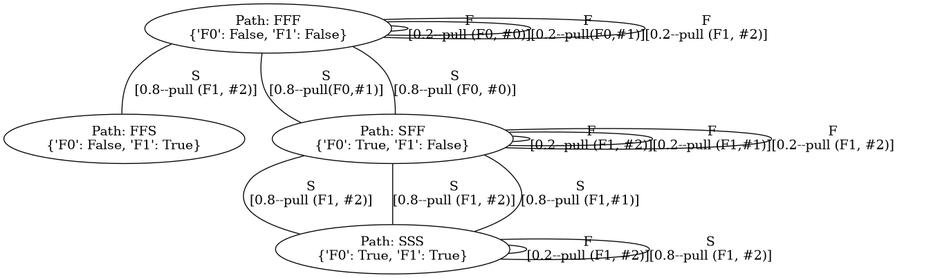
YasinBoloorchi/WARP-Simulator keeps this Graphviz diagram as DAG.gv.png. Above is the earlier version. Its source is kept beside it as DAG.gv. Its diagram source:
```dot
graph DAG {
	FF [label="Path: F
{'F0': False, 'F1': False}"]
	FF -- FF [label="F
[0.2--pull (F0, #0)]"]
	FF [label="Path: FF
{'F0': False, 'F1': False}"]
	FF -- FF [label="F
[0.2--pull(F0,#1)]"]
	FF [label="Path: FFF
{'F0': False, 'F1': False}"]
	FF -- FF [label="F
[0.2--pull (F1, #2)]"]
	FT [label="Path: FFS
{'F0': False, 'F1': True}"]
	FF -- FT [label="S
[0.8--pull (F1, #2)]"]
	TF [label="Path: FS
{'F0': True, 'F1': False}"]
	FF -- TF [label="S
[0.8--pull(F0,#1)]"]
	TF [label="Path: FSF
{'F0': True, 'F1': False}"]
	TF -- TF [label="F
[0.2--pull (F1, #2)]"]
	TT [label="Path: FSS
{'F0': True, 'F1': True}"]
	TF -- TT [label="S
[0.8--pull (F1, #2)]"]
	TF [label="Path: S
{'F0': True, 'F1': False}"]
	FF -- TF [label="S
[0.8--pull (F0, #0)]"]
	TF [label="Path: SF
{'F0': True, 'F1': False}"]
	TF -- TF [label="F
[0.2--pull (F1,#1)]"]
	TF [label="Path: SFF
{'F0': True, 'F1': False}"]
	TF -- TF [label="F
[0.2--pull (F1, #2)]"]
	TT [label="Path: SFS
{'F0': True, 'F1': True}"]
	TF -- TT [label="S
[0.8--pull (F1, #2)]"]
	TT [label="Path: SS
{'F0': True, 'F1': True}"]
	TF -- TT [label="S
[0.8--pull (F1,#1)]"]
	TT [label="Path: SSF
{'F0': True, 'F1': True}"]
	TT -- TT [label="F
[0.2--pull (F1, #2)]"]
	TT [label="Path: SSS
{'F0': True, 'F1': True}"]
	TT -- TT [label="S
[0.8--pull (F1, #2)]"]
}
```
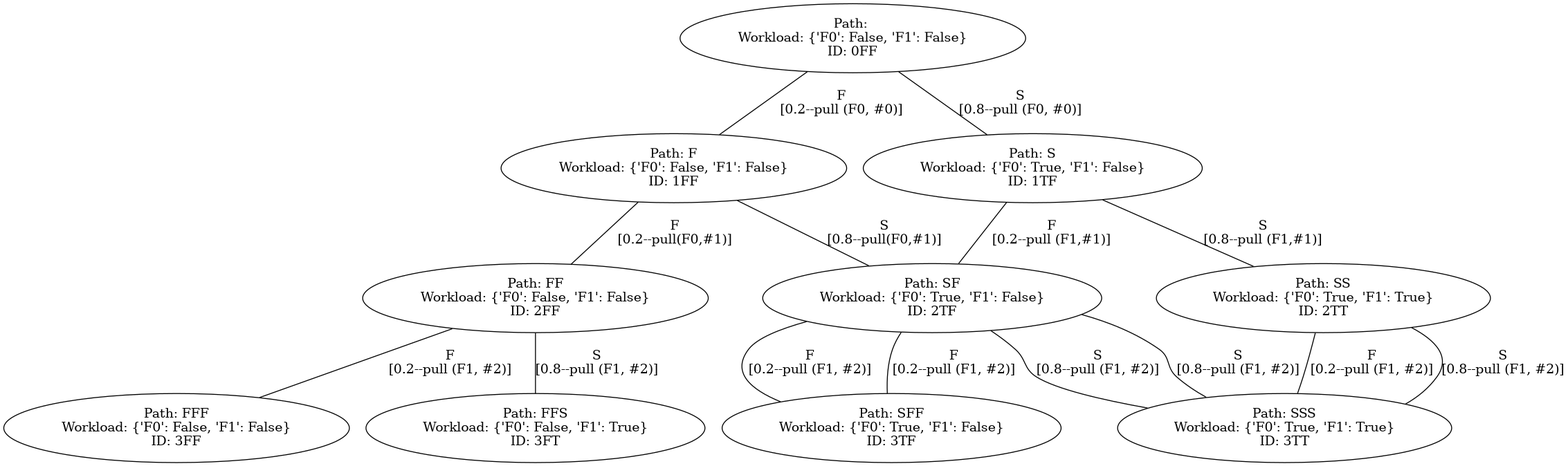
The same diagram one commit later.

Change to the diagram source:
```diff
@@ -1,58 +1,117 @@
 graph DAG {
-	FF [label="Path: F
-{'F0': False, 'F1': False}"]
-	FF -- FF [label="F
+	"0FF" [label="Path:
+Workload: {'F0': False, 'F1': False}
+ID: 0FF"]
+	"0FF" [label="Path:
+Workload: {'F0': False, 'F1': False}
+ID: 0FF1FF"]
+	"0FF" -- "1FF" [label="F
 [0.2--pull (F0, #0)]"]
-	FF [label="Path: FF
-{'F0': False, 'F1': False}"]
-	FF -- FF [label="F
+	"1FF" [label="Path: F
+Workload: {'F0': False, 'F1': False}
+ID: 1FF"]
+	"1FF" [label="Path: F
+Workload: {'F0': False, 'F1': False}
+ID: 1FF2FF"]
+	"1FF" -- "2FF" [label="F
 [0.2--pull(F0,#1)]"]
-	FF [label="Path: FFF
-{'F0': False, 'F1': False}"]
-	FF -- FF [label="F
+	"2FF" [label="Path: FF
+Workload: {'F0': False, 'F1': False}
+ID: 2FF"]
+	"2FF" [label="Path: FF
+Workload: {'F0': False, 'F1': False}
+ID: 2FF3FF"]
+	"2FF" -- "3FF" [label="F
 [0.2--pull (F1, #2)]"]
-	FT [label="Path: FFS
-{'F0': False, 'F1': True}"]
-	FF -- FT [label="S
+	"3FF" [label="Path: FFF
+Workload: {'F0': False, 'F1': False}
+ID: 3FF"]
+	"2FF" [label="Path: FF
+Workload: {'F0': False, 'F1': False}
+ID: 2FF"]
+	"2FF" -- "3FT" [label="S
 [0.8--pull (F1, #2)]"]
-	TF [label="Path: FS
-{'F0': True, 'F1': False}"]
-	FF -- TF [label="S
+	"3FT" [label="Path: FFS
+Workload: {'F0': False, 'F1': True}
+ID: 3FT"]
+	"1FF" [label="Path: F
+Workload: {'F0': False, 'F1': False}
+ID: 1FF"]
+	"1FF" -- "2TF" [label="S
 [0.8--pull(F0,#1)]"]
-	TF [label="Path: FSF
-{'F0': True, 'F1': False}"]
-	TF -- TF [label="F
+	"2TF" [label="Path: FS
+Workload: {'F0': True, 'F1': False}
+ID: 2TF"]
+	"2TF" [label="Path: FS
+Workload: {'F0': True, 'F1': False}
+ID: 2TF3TF"]
+	"2TF" -- "3TF" [label="F
 [0.2--pull (F1, #2)]"]
-	TT [label="Path: FSS
-{'F0': True, 'F1': True}"]
-	TF -- TT [label="S
+	"3TF" [label="Path: FSF
+Workload: {'F0': True, 'F1': False}
+ID: 3TF"]
+	"2TF" [label="Path: FS
+Workload: {'F0': True, 'F1': False}
+ID: 2TF"]
+	"2TF" -- "3TT" [label="S
 [0.8--pull (F1, #2)]"]
-	TF [label="Path: S
-{'F0': True, 'F1': False}"]
-	FF -- TF [label="S
+	"3TT" [label="Path: FSS
+Workload: {'F0': True, 'F1': True}
+ID: 3TT"]
+	"0FF" [label="Path:
+Workload: {'F0': False, 'F1': False}
+ID: 0FF"]
+	"0FF" -- "1TF" [label="S
 [0.8--pull (F0, #0)]"]
-	TF [label="Path: SF
-{'F0': True, 'F1': False}"]
-	TF -- TF [label="F
+	"1TF" [label="Path: S
+Workload: {'F0': True, 'F1': False}
+ID: 1TF"]
+	"1TF" [label="Path: S
+Workload: {'F0': True, 'F1': False}
+ID: 1TF2TF"]
+	"1TF" -- "2TF" [label="F
 [0.2--pull (F1,#1)]"]
-	TF [label="Path: SFF
-{'F0': True, 'F1': False}"]
-	TF -- TF [label="F
+	"2TF" [label="Path: SF
+Workload: {'F0': True, 'F1': False}
+ID: 2TF"]
+	"2TF" [label="Path: SF
+Workload: {'F0': True, 'F1': False}
+ID: 2TF3TF"]
+	"2TF" -- "3TF" [label="F
 [0.2--pull (F1, #2)]"]
-	TT [label="Path: SFS
-{'F0': True, 'F1': True}"]
-	TF -- TT [label="S
+	"3TF" [label="Path: SFF
+Workload: {'F0': True, 'F1': False}
+ID: 3TF"]
+	"2TF" [label="Path: SF
+Workload: {'F0': True, 'F1': False}
+ID: 2TF"]
+	"2TF" -- "3TT" [label="S
 [0.8--pull (F1, #2)]"]
-	TT [label="Path: SS
-{'F0': True, 'F1': True}"]
-	TF -- TT [label="S
+	"3TT" [label="Path: SFS
+Workload: {'F0': True, 'F1': True}
+ID: 3TT"]
+	"1TF" [label="Path: S
+Workload: {'F0': True, 'F1': False}
+ID: 1TF"]
+	"1TF" -- "2TT" [label="S
 [0.8--pull (F1,#1)]"]
-	TT [label="Path: SSF
-{'F0': True, 'F1': True}"]
-	TT -- TT [label="F
+	"2TT" [label="Path: SS
+Workload: {'F0': True, 'F1': True}
+ID: 2TT"]
+	"2TT" [label="Path: SS
+Workload: {'F0': True, 'F1': True}
+ID: 2TT3TT"]
+	"2TT" -- "3TT" [label="F
 [0.2--pull (F1, #2)]"]
-	TT [label="Path: SSS
-{'F0': True, 'F1': True}"]
-	TT -- TT [label="S
+	"3TT" [label="Path: SSF
+Workload: {'F0': True, 'F1': True}
+ID: 3TT"]
+	"2TT" [label="Path: SS
+Workload: {'F0': True, 'F1': True}
+ID: 2TT"]
+	"2TT" -- "3TT" [label="S
 [0.8--pull (F1, #2)]"]
+	"3TT" [label="Path: SSS
+Workload: {'F0': True, 'F1': True}
+ID: 3TT"]
 }
```
